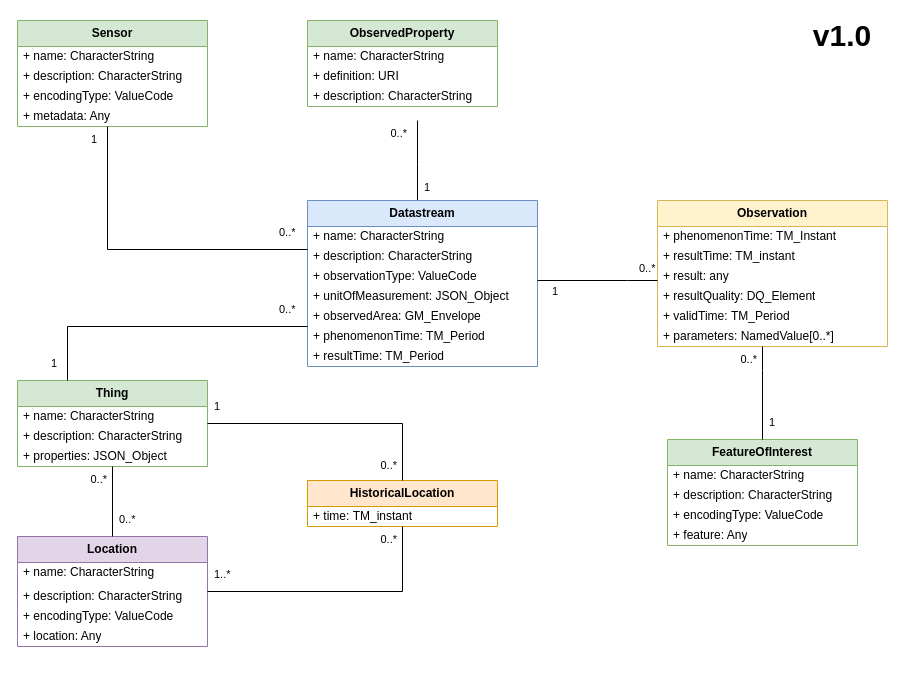
Before: drawio/STA V1.1.drawio in Mario-35/Stean, a draw.io diagram. Source tidied: cells renumbered, new cells numbered last; positions are measured from the earlier drawing's top-left corner, leaving out a move shared by most shapes. Both pictures are drawn from the tidied source at 100%, with x=0, y=0 at pixel (17, 20).
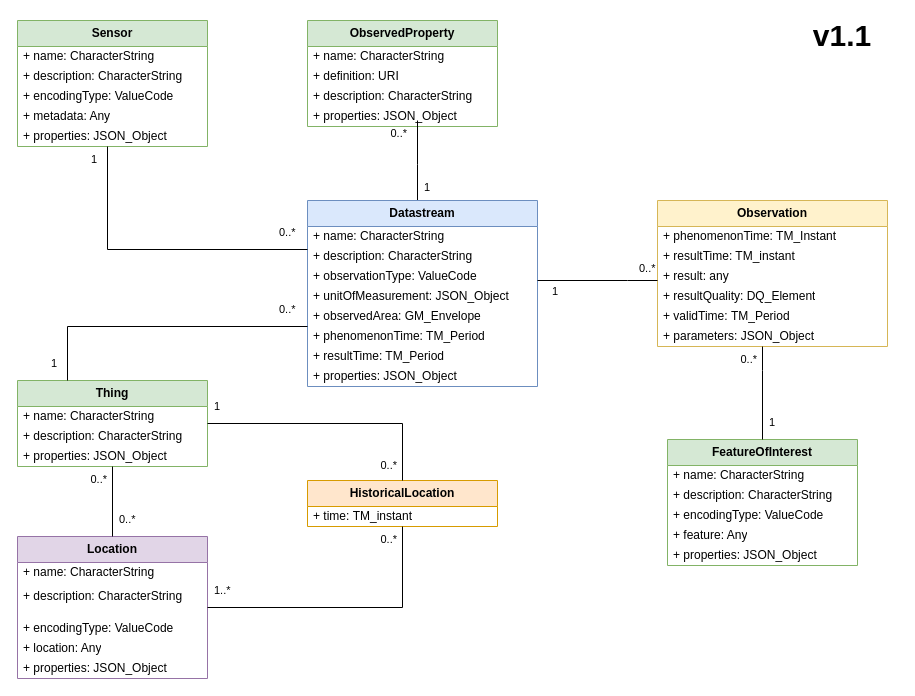
After the change.

The change refers to these unchanged cells:
```xml
<mxCell id="34" value="&lt;b&gt;Observation&lt;/b&gt;" style="swimlane;fontStyle=0;horizontal=1;startSize=26;fillColor=#fff2cc;whiteSpace=wrap;html=1;strokeColor=#d6b656;" parent="1" vertex="1">
  <mxGeometry x="640" y="180" width="230" height="146" as="geometry" />
</mxCell>
```

The edit, as a diff of the source:
```diff
@@
     <mxCell id="2" value="&lt;b&gt;Location&lt;/b&gt;" style="swimlane;fontStyle=0;horizontal=1;startSize=26;fillColor=#e1d5e7;whiteSpace=wrap;html=1;strokeColor=#9673a6;" parent="1" vertex="1">
-      <mxGeometry y="516" width="190" height="110" as="geometry" />
+      <mxGeometry y="516" width="190" height="142" as="geometry" />
     </mxCell>
@@
     <mxCell id="4" value="+ description:&amp;nbsp;CharacterString" style="text;strokeColor=none;fillColor=none;align=left;verticalAlign=top;spacingLeft=4;spacingRight=4;overflow=hidden;whiteSpace=wrap;html=1;" parent="2" vertex="1">
-      <mxGeometry y="46" width="190" height="24" as="geometry" />
+      <mxGeometry y="46" width="190" height="36" as="geometry" />
     </mxCell>
     <mxCell id="5" value="+ encodingType: ValueCode" style="text;strokeColor=none;fillColor=none;align=left;verticalAlign=middle;spacingLeft=4;spacingRight=4;overflow=hidden;whiteSpace=wrap;html=1;" parent="2" vertex="1">
-      <mxGeometry y="70" width="190" height="20" as="geometry" />
+      <mxGeometry y="82" width="190" height="20" as="geometry" />
     </mxCell>
     <mxCell id="6" value="+ location: Any" style="text;strokeColor=none;fillColor=none;align=left;verticalAlign=middle;spacingLeft=4;spacingRight=4;overflow=hidden;whiteSpace=wrap;html=1;" parent="2" vertex="1">
-      <mxGeometry y="90" width="190" height="20" as="geometry" />
+      <mxGeometry y="102" width="190" height="20" as="geometry" />
     </mxCell>
+    <mxCell id="67" value="+ properties: JSON_Object" style="text;strokeColor=none;fillColor=none;align=left;verticalAlign=middle;spacingLeft=4;spacingRight=4;overflow=hidden;whiteSpace=wrap;html=1;" parent="2" vertex="1">
+      <mxGeometry y="122" width="190" height="20" as="geometry" />
+    </mxCell>
@@
     <mxCell id="11" value="&lt;b&gt;Sensor&lt;/b&gt;" style="swimlane;fontStyle=0;horizontal=1;startSize=26;fillColor=#d5e8d4;whiteSpace=wrap;html=1;strokeColor=#82b366;" parent="1" vertex="1">
-      <mxGeometry width="190" height="106" as="geometry" />
+      <mxGeometry width="190" height="126" as="geometry" />
     </mxCell>
@@
+    <mxCell id="68" value="+ properties: JSON_Object" style="text;strokeColor=none;fillColor=none;align=left;verticalAlign=middle;spacingLeft=4;spacingRight=4;overflow=hidden;whiteSpace=wrap;html=1;" parent="11" vertex="1">
+      <mxGeometry y="106" width="190" height="20" as="geometry" />
+    </mxCell>
@@
     <mxCell id="19" value="&lt;b&gt;ObservedProperty&lt;/b&gt;" style="swimlane;fontStyle=0;horizontal=1;startSize=26;fillColor=#d5e8d4;whiteSpace=wrap;html=1;strokeColor=#82b366;" parent="1" vertex="1">
-      <mxGeometry x="290" width="190" height="86" as="geometry" />
+      <mxGeometry x="290" width="190" height="106" as="geometry" />
     </mxCell>
@@
+    <mxCell id="69" value="+ properties: JSON_Object" style="text;strokeColor=none;fillColor=none;align=left;verticalAlign=middle;spacingLeft=4;spacingRight=4;overflow=hidden;whiteSpace=wrap;html=1;" parent="19" vertex="1">
+      <mxGeometry y="86" width="190" height="20" as="geometry" />
+    </mxCell>
@@
     <mxCell id="26" value="&lt;b&gt;Datastream&lt;/b&gt;" style="swimlane;fontStyle=0;horizontal=1;startSize=26;fillColor=#dae8fc;whiteSpace=wrap;html=1;strokeColor=#6c8ebf;" parent="1" vertex="1">
-      <mxGeometry x="290" y="180" width="230" height="166" as="geometry" />
+      <mxGeometry x="290" y="180" width="230" height="186" as="geometry" />
     </mxCell>
@@
+    <mxCell id="70" value="+ properties: JSON_Object" style="text;strokeColor=none;fillColor=none;align=left;verticalAlign=middle;spacingLeft=4;spacingRight=4;overflow=hidden;whiteSpace=wrap;html=1;" parent="26" vertex="1">
+      <mxGeometry y="166" width="230" height="20" as="geometry" />
+    </mxCell>
@@
-    <mxCell id="40" value="+ parameters: NamedValue[0..*]" style="text;strokeColor=none;fillColor=none;align=left;verticalAlign=middle;spacingLeft=4;spacingRight=4;overflow=hidden;whiteSpace=wrap;html=1;" parent="34" vertex="1">
+    <mxCell id="40" value="+ parameters: JSON_Object" style="text;strokeColor=none;fillColor=none;align=left;verticalAlign=middle;spacingLeft=4;spacingRight=4;overflow=hidden;whiteSpace=wrap;html=1;" parent="34" vertex="1">
       <mxGeometry y="126" width="230" height="20" as="geometry" />
     </mxCell>
     <mxCell id="41" value="&lt;b&gt;FeatureOfInterest&lt;/b&gt;" style="swimlane;fontStyle=0;horizontal=1;startSize=26;fillColor=#d5e8d4;whiteSpace=wrap;html=1;strokeColor=#82b366;" parent="1" vertex="1">
-      <mxGeometry x="650" y="419" width="190" height="106" as="geometry" />
+      <mxGeometry x="650" y="419" width="190" height="126" as="geometry" />
     </mxCell>
@@
+    <mxCell id="71" value="+ properties: JSON_Object" style="text;strokeColor=none;fillColor=none;align=left;verticalAlign=middle;spacingLeft=4;spacingRight=4;overflow=hidden;whiteSpace=wrap;html=1;" parent="41" vertex="1">
+      <mxGeometry y="106" width="190" height="20" as="geometry" />
+    </mxCell>
@@
-    <mxCell id="66" value="&lt;font style=&quot;font-size: 30px;&quot;&gt;&lt;b&gt;v1.0&lt;/b&gt;&lt;/font&gt;" style="text;html=1;whiteSpace=wrap;strokeColor=none;fillColor=none;align=center;verticalAlign=middle;rounded=0;fontFamily=Helvetica;fontSize=12;fontColor=default;" parent="1" vertex="1">
+    <mxCell id="66" value="&lt;font style=&quot;font-size: 30px;&quot;&gt;&lt;b&gt;v1.1&lt;/b&gt;&lt;/font&gt;" style="text;html=1;whiteSpace=wrap;strokeColor=none;fillColor=none;align=center;verticalAlign=middle;rounded=0;fontFamily=Helvetica;fontSize=12;fontColor=default;" parent="1" vertex="1">
       <mxGeometry x="770" width="110" height="30" as="geometry" />
     </mxCell>
```
